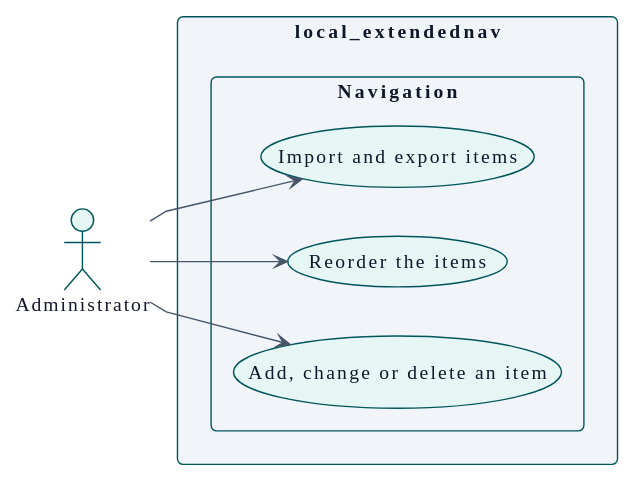
This is docs/es/technical/requirements/use-cases-administrator.svg from didactika/moodle-local_extendednav, a PlantUML export, as it was before one commit.
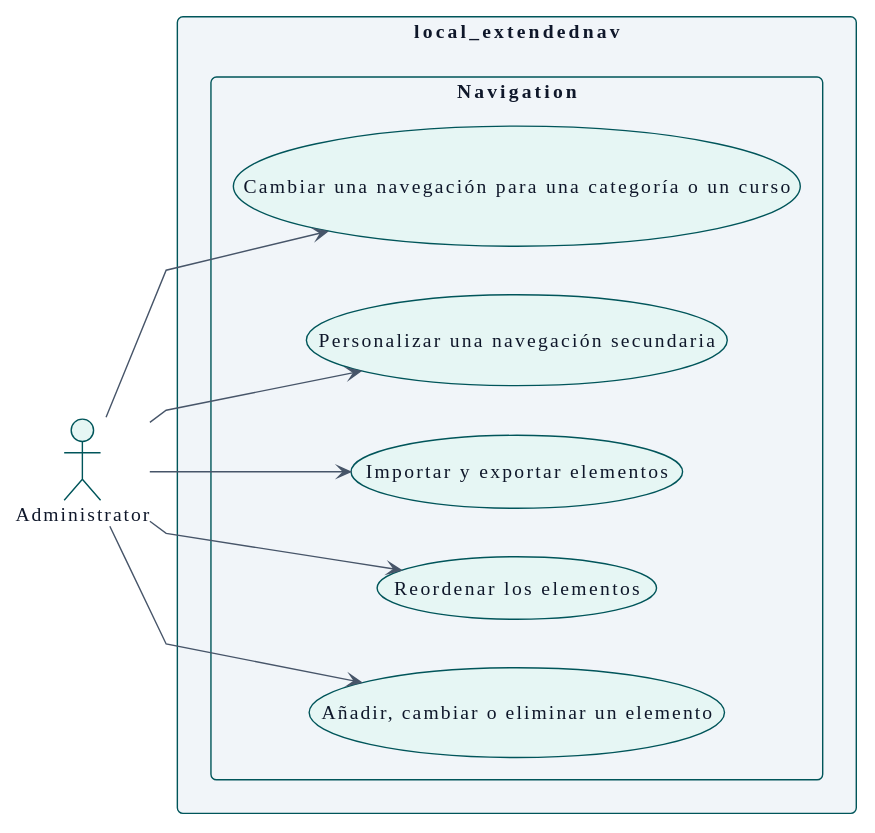
After the commit.

What changed in the source:
```diff
@@ -110,13 +110,17 @@
 
 rectangle "local_extendednav" {
   package "Navigation" {
-    usecase "Add, change or delete an item" as UC_manageNodes
-    usecase "Reorder the items" as UC_reorderNodes
-    usecase "Import and export items" as UC_importNodes
+    usecase "Añadir, cambiar o eliminar un elemento" as UC_manageNodes
+    usecase "Reordenar los elementos" as UC_reorderNodes
+    usecase "Importar y exportar elementos" as UC_importNodes
+    usecase "Personalizar una navegación secundaria" as UC_customiseSecondaryNavigation
+    usecase "Cambiar una navegación para una categoría o un curso" as UC_setScopeException
   }
 }
 
 A_Administrator --> UC_manageNodes
 A_Administrator --> UC_reorderNodes
 A_Administrator --> UC_importNodes
+A_Administrator --> UC_customiseSecondaryNavigation
+A_Administrator --> UC_setScopeException
 @enduml
```
